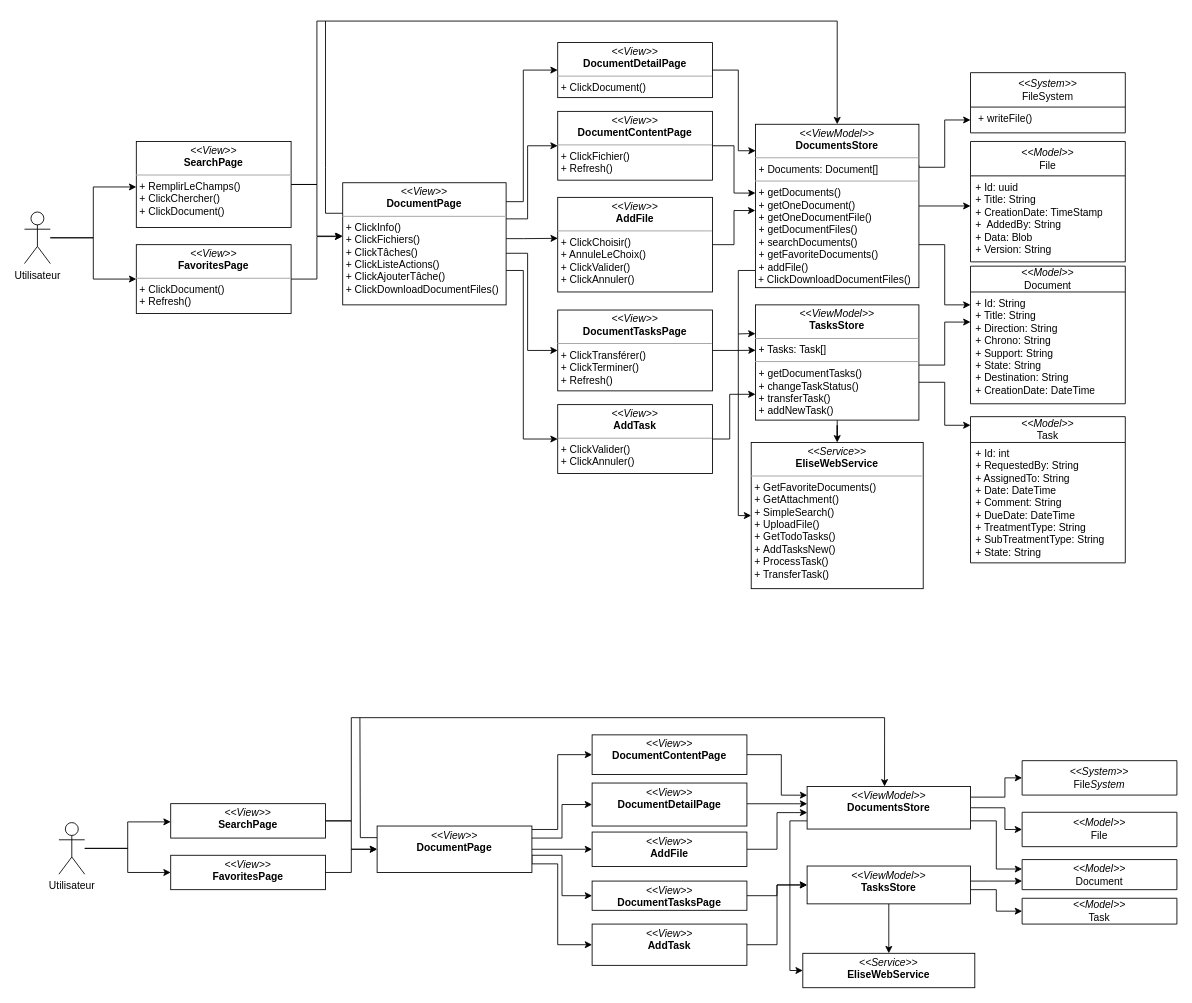
This is dcpSprint3.drawio from PFE-Neoledge-2023/rapport, a draw.io file, before an edit. Source tidied: cells renumbered, new cells numbered last; positions are measured from the earlier drawing's top-left corner, leaving out a move shared by most shapes. Both pictures are drawn from the tidied source at 86%, with x=0, y=0 at pixel (24, 21).
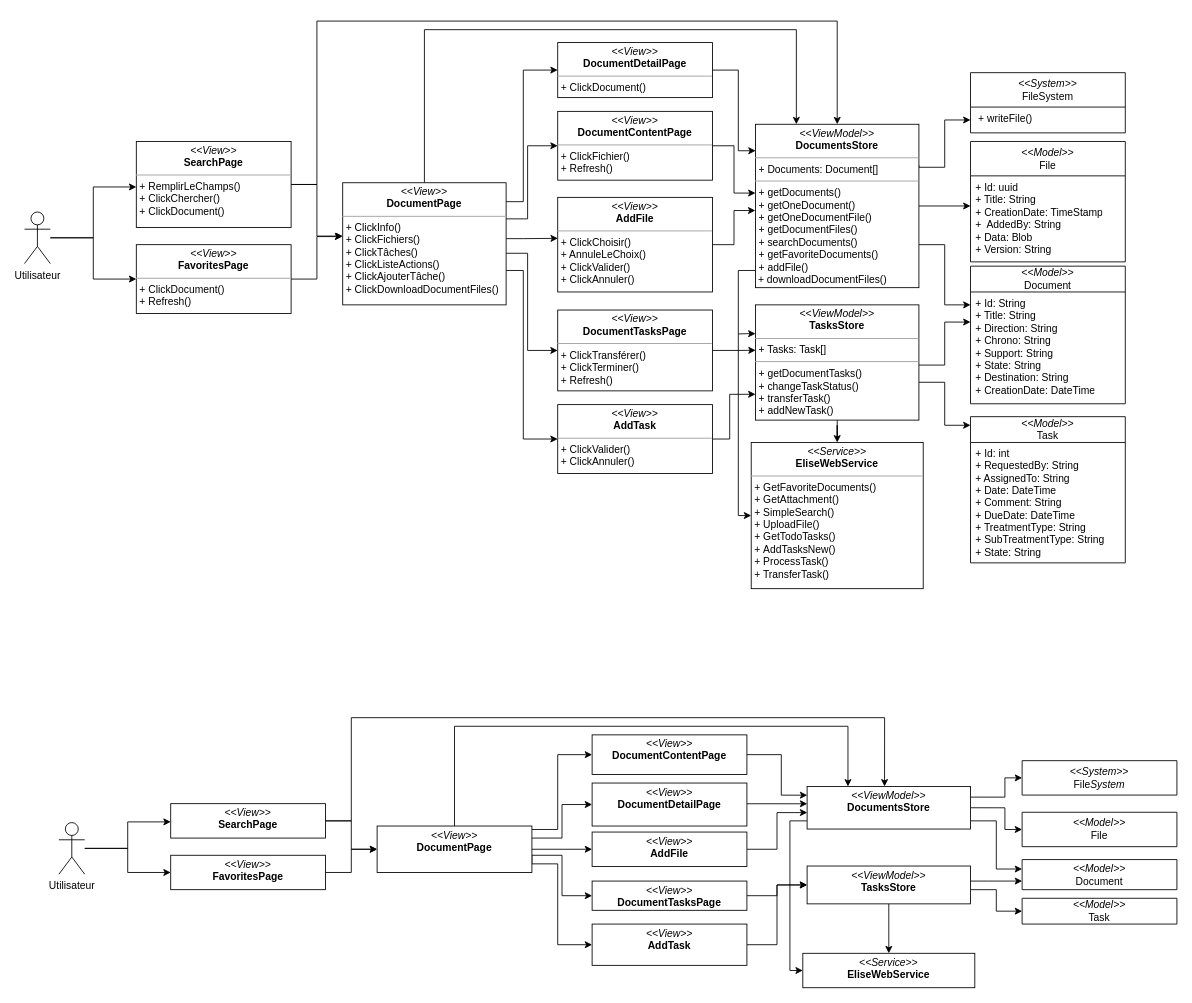
Above is the later version.

The change refers to these unchanged cells:
```xml
<mxCell id="16" value="&lt;p style=&quot;margin:0px;margin-top:4px;text-align:center;&quot;&gt;&lt;i&gt;&amp;lt;&amp;lt;View&amp;gt;&amp;gt;&lt;/i&gt;&lt;br&gt;&lt;b&gt;DocumentPage&lt;/b&gt;&lt;br&gt;&lt;/p&gt;&lt;hr style=&quot;border-color: var(--border-color);&quot; size=&quot;1&quot;&gt;&lt;p style=&quot;border-color: var(--border-color); margin: 0px 0px 0px 4px;&quot;&gt;+ ClickInfo()&lt;/p&gt;&lt;p style=&quot;border-color: var(--border-color); margin: 0px 0px 0px 4px;&quot;&gt;+ ClickFichiers()&lt;/p&gt;&lt;p style=&quot;border-color: var(--border-color); margin: 0px 0px 0px 4px;&quot;&gt;+ ClickTâches()&lt;/p&gt;&lt;p style=&quot;border-color: var(--border-color); margin: 0px 0px 0px 4px;&quot;&gt;+ ClickListeActions()&lt;/p&gt;&lt;p style=&quot;border-color: var(--border-color); margin: 0px 0px 0px 4px;&quot;&gt;+ ClickAjouterTâche()&lt;/p&gt;&lt;p style=&quot;border-color: var(--border-color); margin: 0px 0px 0px 4px;&quot;&gt;+ ClickDownloadDocumentFiles()&lt;/p&gt;" style="verticalAlign=top;align=left;overflow=fill;fontSize=12;fontFamily=Helvetica;html=1;whiteSpace=wrap;" parent="1" vertex="1">
  <mxGeometry x="370" y="188" width="190" height="142" as="geometry" />
</mxCell>
<mxCell id="58" value="&lt;p style=&quot;margin:0px;margin-top:4px;text-align:center;&quot;&gt;&lt;i&gt;&amp;lt;&amp;lt;View&amp;gt;&amp;gt;&lt;/i&gt;&lt;br&gt;&lt;b&gt;DocumentPage&lt;/b&gt;&lt;br&gt;&lt;/p&gt;&lt;p style=&quot;border-color: var(--border-color); margin: 0px 0px 0px 4px;&quot;&gt;&lt;br&gt;&lt;/p&gt;" style="verticalAlign=top;align=left;overflow=fill;fontSize=12;fontFamily=Helvetica;html=1;whiteSpace=wrap;" parent="1" vertex="1">
  <mxGeometry x="410" y="936" width="180" height="54" as="geometry" />
</mxCell>
<mxCell id="73" value="&lt;p style=&quot;margin:0px;margin-top:4px;text-align:center;&quot;&gt;&lt;i&gt;&amp;lt;&amp;lt;ViewModel&amp;gt;&amp;gt;&lt;/i&gt;&lt;br&gt;&lt;b&gt;DocumentsStore&lt;/b&gt;&lt;br&gt;&lt;/p&gt;&lt;p style=&quot;margin:0px;margin-left:4px;&quot;&gt;&lt;br&gt;&lt;/p&gt;" style="verticalAlign=top;align=left;overflow=fill;fontSize=12;fontFamily=Helvetica;html=1;whiteSpace=wrap;" parent="1" vertex="1">
  <mxGeometry x="910" y="890" width="190" height="49.5" as="geometry" />
</mxCell>
```

Diff of the diagram source:
```diff
@@
-    <mxCell id="15" style="edgeStyle=orthogonalEdgeStyle;html=1;exitX=0;exitY=0.25;exitDx=0;exitDy=0;startArrow=none;startFill=0;endArrow=none;endFill=0;rounded=0;" parent="1" edge="1" source="16">
-      <mxGeometry relative="1" as="geometry">
-        <mxPoint x="350" as="targetPoint" />
-        <Array as="points">
-          <mxPoint x="350" y="224" />
-          <mxPoint x="350" y="170" />
-        </Array>
-      </mxGeometry>
-    </mxCell>
+    <mxCell id="85" style="edgeStyle=orthogonalEdgeStyle;html=1;exitX=0.5;exitY=0;exitDx=0;exitDy=0;entryX=0.25;entryY=0;entryDx=0;entryDy=0;rounded=0;" parent="1" edge="1" source="16" target="31">
+      <mxGeometry relative="1" as="geometry">
+        <Array as="points">
+          <mxPoint x="465" y="10" />
+          <mxPoint x="897" y="10" />
+        </Array>
+      </mxGeometry>
+    </mxCell>
@@
-    <mxCell id="31" value="&lt;p style=&quot;margin:0px;margin-top:4px;text-align:center;&quot;&gt;&lt;i&gt;&amp;lt;&amp;lt;ViewModel&amp;gt;&amp;gt;&lt;/i&gt;&lt;br&gt;&lt;b&gt;DocumentsStore&lt;/b&gt;&lt;br&gt;&lt;/p&gt;&lt;hr size=&quot;1&quot;&gt;&lt;p style=&quot;margin:0px;margin-left:4px;&quot;&gt;+ Documents: Document[]&lt;br&gt;&lt;/p&gt;&lt;hr size=&quot;1&quot;&gt;&lt;p style=&quot;margin:0px;margin-left:4px;&quot;&gt;+ getDocuments()&lt;/p&gt;&lt;p style=&quot;margin:0px;margin-left:4px;&quot;&gt;+ getOneDocument()&lt;/p&gt;&lt;p style=&quot;margin:0px;margin-left:4px;&quot;&gt;+ getOneDocumentFile()&lt;/p&gt;&lt;p style=&quot;margin:0px;margin-left:4px;&quot;&gt;+ getDocumentFiles()&lt;/p&gt;&lt;p style=&quot;margin:0px;margin-left:4px;&quot;&gt;+ searchDocuments()&lt;/p&gt;&lt;p style=&quot;margin:0px;margin-left:4px;&quot;&gt;+ getFavoriteDocuments()&lt;/p&gt;&lt;p style=&quot;margin:0px;margin-left:4px;&quot;&gt;+ addFile()&lt;/p&gt;&lt;p style=&quot;margin:0px;margin-left:4px;&quot;&gt;&lt;/p&gt;&amp;nbsp;+ ClickDownloadDocumentFiles()" style="verticalAlign=top;align=left;overflow=fill;fontSize=12;fontFamily=Helvetica;html=1;whiteSpace=wrap;" parent="1" vertex="1">
+    <mxCell id="31" value="&lt;p style=&quot;margin:0px;margin-top:4px;text-align:center;&quot;&gt;&lt;i&gt;&amp;lt;&amp;lt;ViewModel&amp;gt;&amp;gt;&lt;/i&gt;&lt;br&gt;&lt;b&gt;DocumentsStore&lt;/b&gt;&lt;br&gt;&lt;/p&gt;&lt;hr size=&quot;1&quot;&gt;&lt;p style=&quot;margin:0px;margin-left:4px;&quot;&gt;+ Documents: Document[]&lt;br&gt;&lt;/p&gt;&lt;hr size=&quot;1&quot;&gt;&lt;p style=&quot;margin:0px;margin-left:4px;&quot;&gt;+ getDocuments()&lt;/p&gt;&lt;p style=&quot;margin:0px;margin-left:4px;&quot;&gt;+ getOneDocument()&lt;/p&gt;&lt;p style=&quot;margin:0px;margin-left:4px;&quot;&gt;+ getOneDocumentFile()&lt;/p&gt;&lt;p style=&quot;margin:0px;margin-left:4px;&quot;&gt;+ getDocumentFiles()&lt;/p&gt;&lt;p style=&quot;margin:0px;margin-left:4px;&quot;&gt;+ searchDocuments()&lt;/p&gt;&lt;p style=&quot;margin:0px;margin-left:4px;&quot;&gt;+ getFavoriteDocuments()&lt;/p&gt;&lt;p style=&quot;margin:0px;margin-left:4px;&quot;&gt;+ addFile()&lt;/p&gt;&lt;p style=&quot;margin:0px;margin-left:4px;&quot;&gt;&lt;/p&gt;&amp;nbsp;+ downloadDocumentFiles()" style="verticalAlign=top;align=left;overflow=fill;fontSize=12;fontFamily=Helvetica;html=1;whiteSpace=wrap;" parent="1" vertex="1">
       <mxGeometry x="850" y="120" width="190" height="190" as="geometry" />
     </mxCell>
@@
-    <mxCell id="57" style="edgeStyle=orthogonalEdgeStyle;rounded=0;html=1;exitX=0;exitY=0.25;exitDx=0;exitDy=0;startArrow=none;startFill=0;endArrow=none;endFill=0;" parent="1" edge="1" source="58">
-      <mxGeometry relative="1" as="geometry">
-        <mxPoint x="390" y="810" as="targetPoint" />
-      </mxGeometry>
-    </mxCell>
+    <mxCell id="86" style="edgeStyle=orthogonalEdgeStyle;rounded=0;html=1;exitX=0.5;exitY=0;exitDx=0;exitDy=0;entryX=0.25;entryY=0;entryDx=0;entryDy=0;" parent="1" edge="1" source="58" target="73">
+      <mxGeometry relative="1" as="geometry">
+        <Array as="points">
+          <mxPoint x="500" y="820" />
+          <mxPoint x="958" y="820" />
+        </Array>
+      </mxGeometry>
+    </mxCell>
@@
+    <mxCell id="87" style="edgeStyle=orthogonalEdgeStyle;html=1;exitX=0.5;exitY=0;exitDx=0;exitDy=0;entryX=0.25;entryY=0;entryDx=0;entryDy=0;rounded=0;" parent="1" edge="1">
+      <mxGeometry relative="1" as="geometry">
+        <Array as="points">
+          <mxPoint x="465" y="10" />
+          <mxPoint x="897" y="10" />
+        </Array>
+      </mxGeometry>
+    </mxCell>
```
